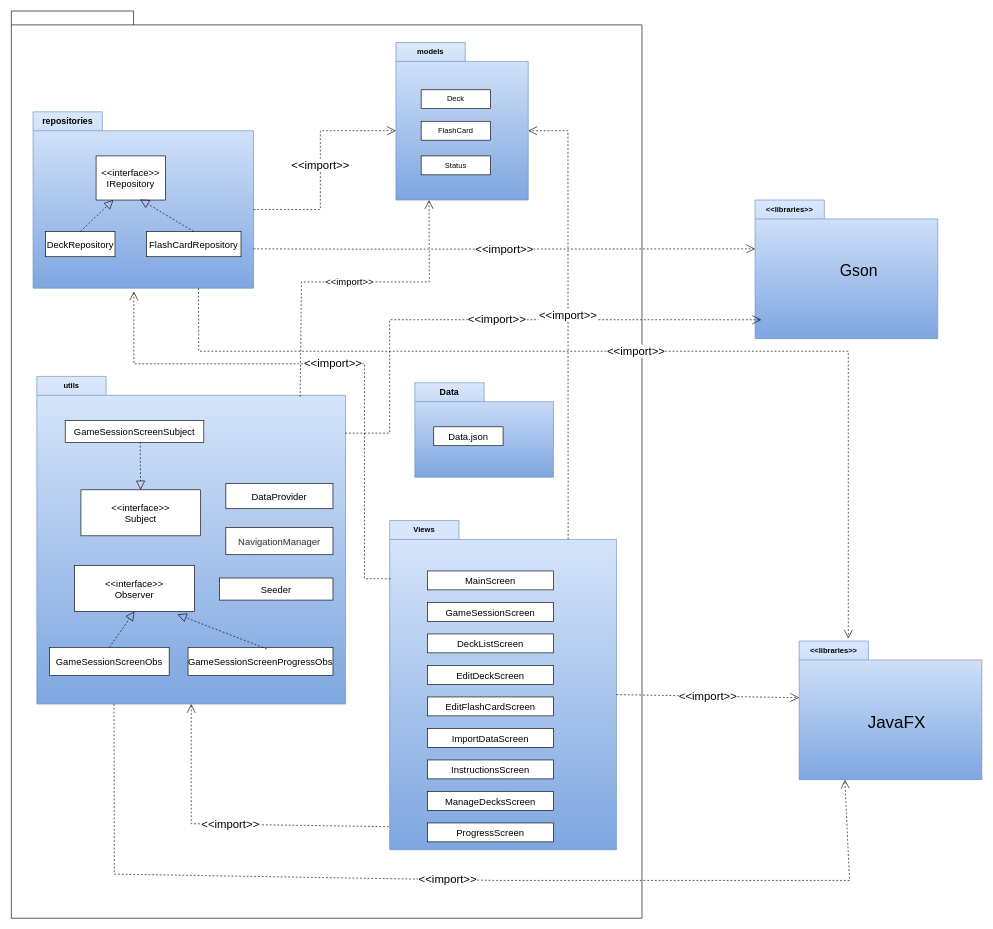
Before: package.drawio in wasimic311/uml, a draw.io diagram. Source tidied: cells renumbered, new cells numbered last; positions are measured from the earlier drawing's top-left corner, leaving out a move shared by most shapes. Both pictures are drawn from the tidied source at 63%, with x=0, y=0 at pixel (11, 11).
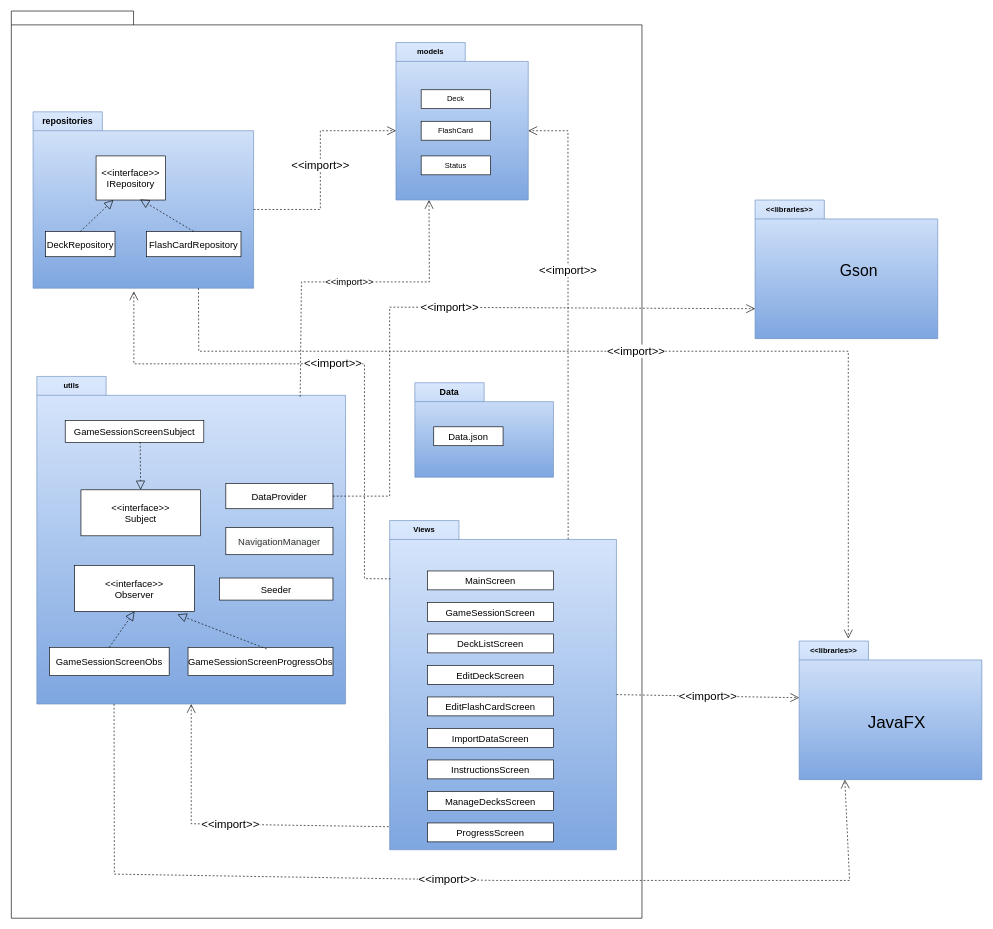
Above is the later version.

Unchanged cells that the change refers to:
```xml
<mxCell id="3" value="models" style="shape=folder;fontStyle=1;tabWidth=110;tabHeight=30;tabPosition=left;html=1;boundedLbl=1;labelInHeader=1;whiteSpace=wrap;fillColor=#dae8fc;strokeColor=#6c8ebf;gradientColor=#7ea6e0;" parent="1" vertex="1">
  <mxGeometry x="610" y="50" width="210" height="250" as="geometry" />
</mxCell>
<mxCell id="7" value="&lt;font style=&quot;font-size: 14px;&quot;&gt;repositories&lt;/font&gt;" style="shape=folder;fontStyle=1;tabWidth=110;tabHeight=30;tabPosition=left;html=1;boundedLbl=1;labelInHeader=1;whiteSpace=wrap;fillColor=#dae8fc;gradientColor=#7ea6e0;strokeColor=#6c8ebf;" parent="1" vertex="1">
  <mxGeometry x="34" y="160" width="350" height="280" as="geometry" />
</mxCell>
<mxCell id="13" value="Views" style="shape=folder;fontStyle=1;tabWidth=110;tabHeight=30;tabPosition=left;html=1;boundedLbl=1;labelInHeader=1;whiteSpace=wrap;fillColor=#dae8fc;gradientColor=#7ea6e0;strokeColor=#6c8ebf;" parent="1" vertex="1">
  <mxGeometry x="600" y="808.8" width="360" height="522.5" as="geometry" />
</mxCell>
<mxCell id="23" value="&amp;lt;&amp;lt;libraries&amp;gt;&amp;gt;" style="shape=folder;fontStyle=1;tabWidth=110;tabHeight=30;tabPosition=left;html=1;boundedLbl=1;labelInHeader=1;whiteSpace=wrap;fillColor=#dae8fc;strokeColor=#6c8ebf;gradientColor=#7ea6e0;" parent="1" vertex="1">
  <mxGeometry x="1180" y="300" width="290" height="220" as="geometry" />
</mxCell>
<mxCell id="27" value="utils" style="shape=folder;fontStyle=1;tabWidth=110;tabHeight=30;tabPosition=left;html=1;boundedLbl=1;labelInHeader=1;whiteSpace=wrap;fillColor=#dae8fc;gradientColor=#7ea6e0;strokeColor=#6c8ebf;" parent="1" vertex="1">
  <mxGeometry x="40" y="580" width="490" height="520" as="geometry" />
</mxCell>
<mxCell id="28" value="&lt;span style=&quot;font-family: Helvetica, &amp;quot;VP Default&amp;quot;; background-color: rgb(248, 249, 250);&quot;&gt;&lt;font style=&quot;font-size: 15px;&quot;&gt;DataProvider&lt;/font&gt;&lt;/span&gt;" style="html=1;whiteSpace=wrap;" parent="27" vertex="1">
  <mxGeometry width="170" height="40" relative="1" as="geometry">
    <mxPoint x="300" y="170" as="offset" />
  </mxGeometry>
</mxCell>
```

What changed in the source:
```diff
@@
-    <mxCell id="40" value="&lt;font style=&quot;font-size: 18px;&quot;&gt;&amp;lt;&amp;lt;import&amp;gt;&amp;gt;&lt;/font&gt;" style="endArrow=open;endSize=12;dashed=1;html=1;rounded=0;entryX=0.034;entryY=0.864;entryDx=0;entryDy=0;entryPerimeter=0;exitX=0.999;exitY=0.173;exitDx=0;exitDy=0;exitPerimeter=0;" parent="1" edge="1" source="27" target="23">
+    <mxCell id="40" value="&lt;font style=&quot;font-size: 18px;&quot;&gt;&amp;lt;&amp;lt;import&amp;gt;&amp;gt;&lt;/font&gt;" style="endArrow=open;endSize=12;dashed=1;html=1;rounded=0;entryX=0;entryY=0;entryDx=0;entryDy=172.5;entryPerimeter=0;exitX=1;exitY=0.5;exitDx=0;exitDy=0;" parent="1" edge="1" source="28" target="23">
       <mxGeometry relative="1" as="geometry">
         <Array as="points">
-          <mxPoint x="600" y="670" />
-          <mxPoint x="600" y="490" />
-          <mxPoint x="1090" y="490" />
+          <mxPoint x="600" y="770" />
+          <mxPoint x="600" y="470" />
         </Array>
       </mxGeometry>
     </mxCell>
@@
-    <mxCell id="44" value="&lt;span style=&quot;font-size: 18px;&quot;&gt;&amp;lt;&amp;lt;import&amp;gt;&amp;gt;&lt;/span&gt;" style="endArrow=open;endSize=12;dashed=1;html=1;rounded=0;exitX=0;exitY=0;exitDx=350;exitDy=217.5;exitPerimeter=0;entryX=0;entryY=0;entryDx=0;entryDy=77.5;entryPerimeter=0;" parent="1" edge="1" source="7" target="23">
-      <mxGeometry relative="1" as="geometry">
-        <Array as="points">
-          <mxPoint x="550" y="378" />
-        </Array>
-      </mxGeometry>
-    </mxCell>
     <mxCell id="45" value="&lt;span style=&quot;font-size: 18px;&quot;&gt;&amp;lt;&amp;lt;import&amp;gt;&amp;gt;&lt;/span&gt;" style="endArrow=open;endSize=12;dashed=1;html=1;rounded=0;exitX=0.787;exitY=0.057;exitDx=0;exitDy=0;exitPerimeter=0;entryX=0;entryY=0;entryDx=210;entryDy=140;entryPerimeter=0;" parent="1" edge="1" source="13" target="3">
-      <mxGeometry relative="1" as="geometry">
+      <mxGeometry x="0.2" relative="1" as="geometry">
         <Array as="points">
           <mxPoint x="883" y="190" />
         </Array>
       </mxGeometry>
     </mxCell>
```
